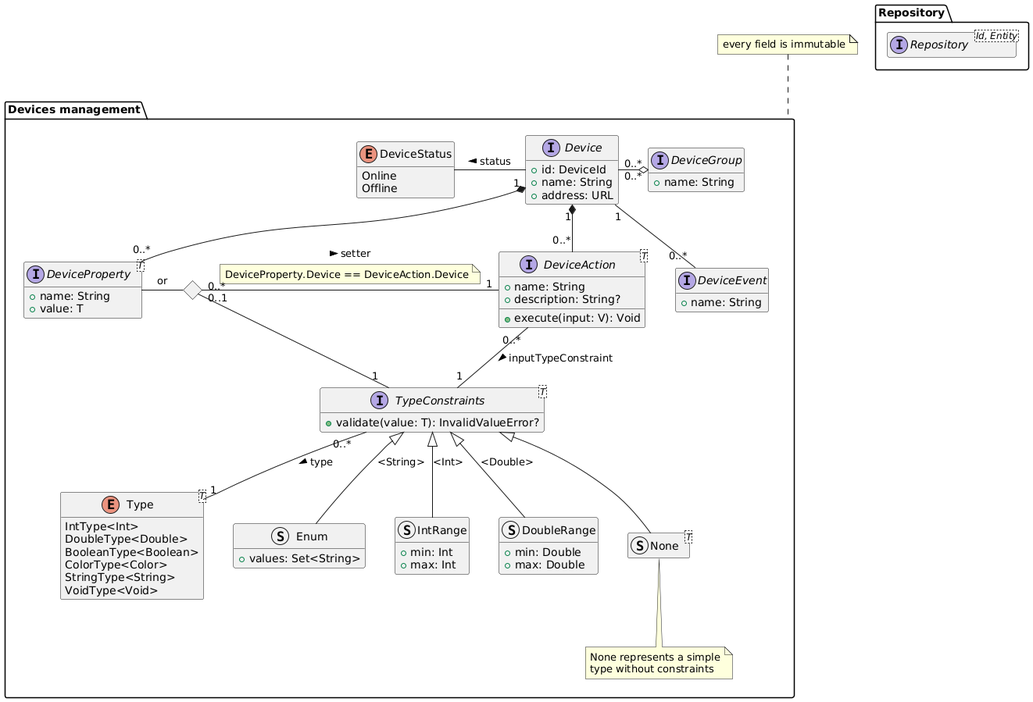
Above: diagrams/generated/devices-management-domain-model.png in DomoticASW/.github (PlantUML), before the change.
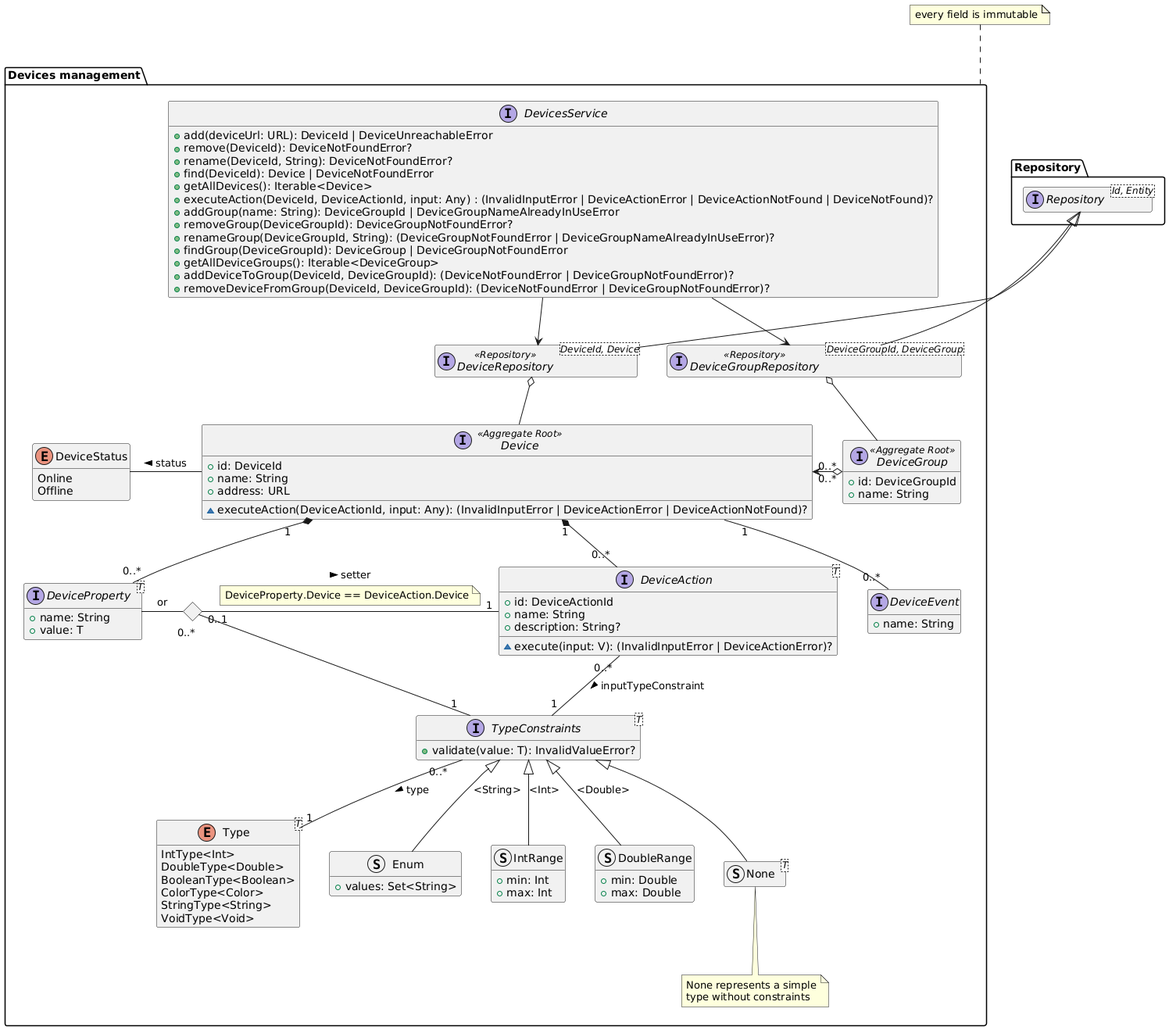
After the change.

Commit message:
refined users diagram and add service methods to devices diagram

The edit, as a diff of the source:
```diff
@@ -7,10 +7,11 @@
 
 package "Devices management" {
 
-    interface Device {
+    interface Device <<Aggregate Root>> {
         + id: DeviceId
         + name: String
         + address: URL
+        ~ executeAction(DeviceActionId, input: Any): (InvalidInputError | DeviceActionError | DeviceActionNotFound)?
     }
 
     enum DeviceStatus {
@@ -18,7 +19,8 @@
         Offline
     }
 
-    interface DeviceGroup {
+    interface DeviceGroup <<Aggregate Root>> {
+        + id: DeviceGroupId
         + name: String
     }
 
@@ -62,18 +64,38 @@
     }
 
     interface DeviceAction<T> {
+        + id: DeviceActionId
         + name: String
         + description: String?
-        + execute(input: V): Void
+        ~ execute(input: V): (InvalidInputError | DeviceActionError)?
     }
 
     interface DeviceEvent {
         + name: String
     }
 
+    interface DeviceGroupRepository<DeviceGroupId, DeviceGroup> <<Repository>>
+    interface DeviceRepository<DeviceId, Device> <<Repository>>
+
+    interface DevicesService {
+        + add(deviceUrl: URL): DeviceId | DeviceUnreachableError
+        + remove(DeviceId): DeviceNotFoundError?
+        + rename(DeviceId, String): DeviceNotFoundError?
+        + find(DeviceId): Device | DeviceNotFoundError
+        + getAllDevices(): Iterable<Device>
+        + executeAction(DeviceId, DeviceActionId, input: Any) : (InvalidInputError | DeviceActionError | DeviceActionNotFound | DeviceNotFound)?
+        + addGroup(name: String): DeviceGroupId | DeviceGroupNameAlreadyInUseError
+        + removeGroup(DeviceGroupId): DeviceGroupNotFoundError?
+        + renameGroup(DeviceGroupId, String): (DeviceGroupNotFoundError | DeviceGroupNameAlreadyInUseError)?
+        + findGroup(DeviceGroupId): DeviceGroup | DeviceGroupNotFoundError
+        + getAllDeviceGroups(): Iterable<DeviceGroup>
+        + addDeviceToGroup(DeviceId, DeviceGroupId): (DeviceNotFoundError | DeviceGroupNotFoundError)?
+        + removeDeviceFromGroup(DeviceId, DeviceGroupId): (DeviceNotFoundError | DeviceGroupNotFoundError)?
+    }
+
 
     Device -l- DeviceStatus : "status >"
-    Device "0..*"  -r-o "0..*" DeviceGroup
+    Device "0..*"  <-r-o "0..*" DeviceGroup
     TypeConstraints "0..*" -- "1" Type : "type >"
     Enum -u-|> TypeConstraints : "<String>"
     IntRange -u-|> TypeConstraints : "<Int>"
@@ -90,10 +112,16 @@
     end note
     Diamond "0..*" -- "1" TypeConstraints
     Device "1" -- "0..*" DeviceEvent
+    DeviceGroupRepository -u-|> Repository.Repository
+    DeviceGroupRepository o-- DeviceGroup
+    DeviceRepository -u-|> Repository.Repository
+    DeviceRepository o-- Device
+    DevicesService --> DeviceRepository
+    DevicesService --> DeviceGroupRepository
 }
 
 note top of "Devices management"
-    every field is immutable
+every field is immutable
 end note
 
 @enduml
```
